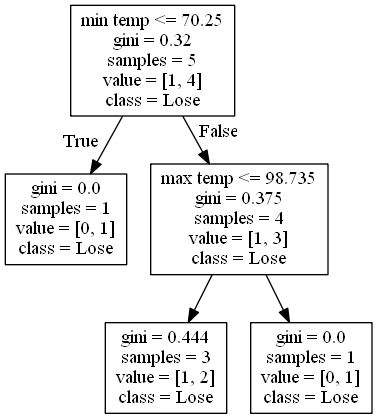
Before: DecisionTrees/Pac-12decision_tree_no_score_or_attendance13.png, a diagram exported from Graphviz (alexana-steck/CSE482Project). Its source is kept beside it as DecisionTrees/Pac-12decision_tree_no_score_or_attendance13.dot. Source of this version:
```dot
digraph Tree {
node [shape=box] ;
0 [label="min temp <= 70.25\ngini = 0.32\nsamples = 5\nvalue = [1, 4]\nclass = Lose"] ;
1 [label="gini = 0.0\nsamples = 1\nvalue = [0, 1]\nclass = Lose"] ;
0 -> 1 [labeldistance=2.5, labelangle=45, headlabel="True"] ;
2 [label="max temp <= 98.735\ngini = 0.375\nsamples = 4\nvalue = [1, 3]\nclass = Lose"] ;
0 -> 2 [labeldistance=2.5, labelangle=-45, headlabel="False"] ;
3 [label="gini = 0.444\nsamples = 3\nvalue = [1, 2]\nclass = Lose"] ;
2 -> 3 ;
4 [label="gini = 0.0\nsamples = 1\nvalue = [0, 1]\nclass = Lose"] ;
2 -> 4 ;
}
```
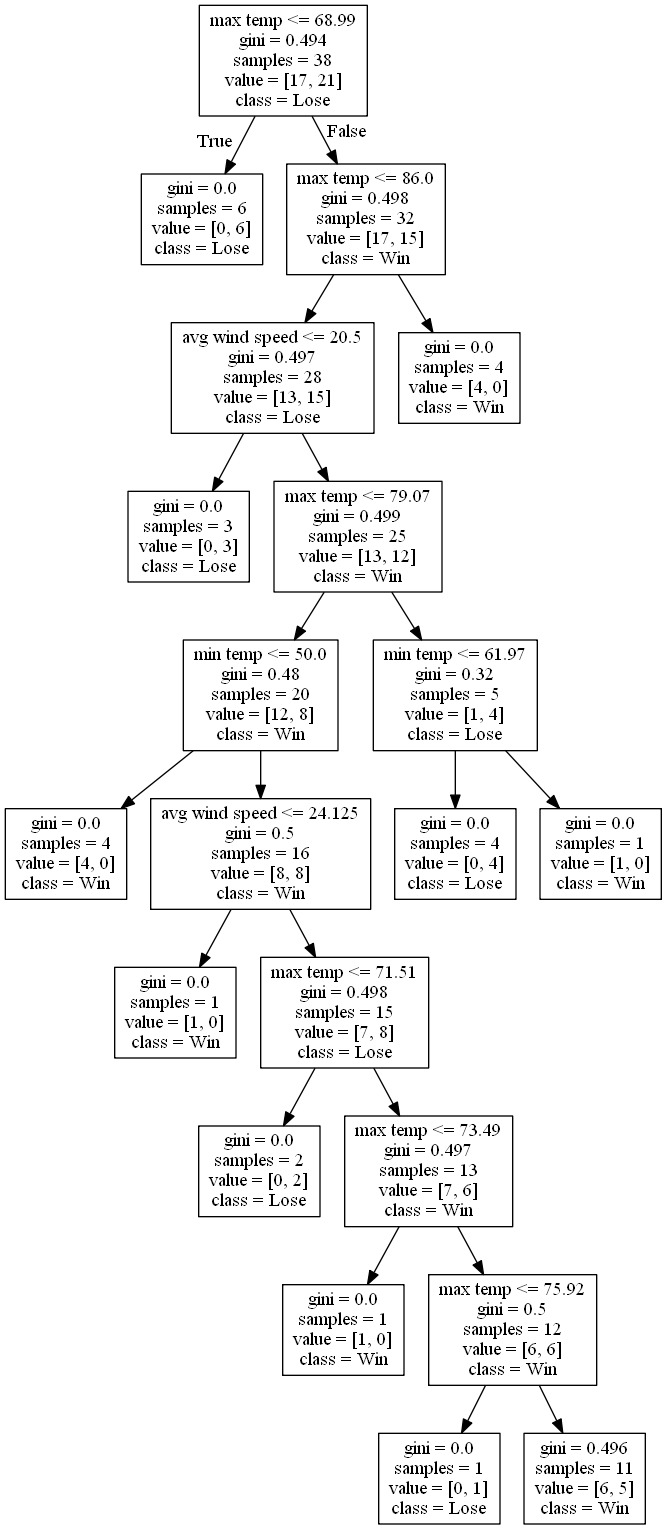
After the change.

The edit, as a diff of the source:
```diff
@@ -1,12 +1,44 @@
 digraph Tree {
 node [shape=box] ;
-0 [label="min temp <= 70.25\ngini = 0.32\nsamples = 5\nvalue = [1, 4]\nclass = Lose"] ;
-1 [label="gini = 0.0\nsamples = 1\nvalue = [0, 1]\nclass = Lose"] ;
+0 [label="max temp <= 68.99\ngini = 0.494\nsamples = 38\nvalue = [17, 21]\nclass = Lose"] ;
+1 [label="gini = 0.0\nsamples = 6\nvalue = [0, 6]\nclass = Lose"] ;
 0 -> 1 [labeldistance=2.5, labelangle=45, headlabel="True"] ;
-2 [label="max temp <= 98.735\ngini = 0.375\nsamples = 4\nvalue = [1, 3]\nclass = Lose"] ;
+2 [label="max temp <= 86.0\ngini = 0.498\nsamples = 32\nvalue = [17, 15]\nclass = Win"] ;
 0 -> 2 [labeldistance=2.5, labelangle=-45, headlabel="False"] ;
-3 [label="gini = 0.444\nsamples = 3\nvalue = [1, 2]\nclass = Lose"] ;
+3 [label="avg wind speed <= 20.5\ngini = 0.497\nsamples = 28\nvalue = [13, 15]\nclass = Lose"] ;
 2 -> 3 ;
-4 [label="gini = 0.0\nsamples = 1\nvalue = [0, 1]\nclass = Lose"] ;
-2 -> 4 ;
+4 [label="gini = 0.0\nsamples = 3\nvalue = [0, 3]\nclass = Lose"] ;
+3 -> 4 ;
+5 [label="max temp <= 79.07\ngini = 0.499\nsamples = 25\nvalue = [13, 12]\nclass = Win"] ;
+3 -> 5 ;
+6 [label="min temp <= 50.0\ngini = 0.48\nsamples = 20\nvalue = [12, 8]\nclass = Win"] ;
+5 -> 6 ;
+7 [label="gini = 0.0\nsamples = 4\nvalue = [4, 0]\nclass = Win"] ;
+6 -> 7 ;
+8 [label="avg wind speed <= 24.125\ngini = 0.5\nsamples = 16\nvalue = [8, 8]\nclass = Win"] ;
+6 -> 8 ;
+9 [label="gini = 0.0\nsamples = 1\nvalue = [1, 0]\nclass = Win"] ;
+8 -> 9 ;
+10 [label="max temp <= 71.51\ngini = 0.498\nsamples = 15\nvalue = [7, 8]\nclass = Lose"] ;
+8 -> 10 ;
+11 [label="gini = 0.0\nsamples = 2\nvalue = [0, 2]\nclass = Lose"] ;
+10 -> 11 ;
+12 [label="max temp <= 73.49\ngini = 0.497\nsamples = 13\nvalue = [7, 6]\nclass = Win"] ;
+10 -> 12 ;
+13 [label="gini = 0.0\nsamples = 1\nvalue = [1, 0]\nclass = Win"] ;
+12 -> 13 ;
+14 [label="max temp <= 75.92\ngini = 0.5\nsamples = 12\nvalue = [6, 6]\nclass = Win"] ;
+12 -> 14 ;
+15 [label="gini = 0.0\nsamples = 1\nvalue = [0, 1]\nclass = Lose"] ;
+14 -> 15 ;
+16 [label="gini = 0.496\nsamples = 11\nvalue = [6, 5]\nclass = Win"] ;
+14 -> 16 ;
+17 [label="min temp <= 61.97\ngini = 0.32\nsamples = 5\nvalue = [1, 4]\nclass = Lose"] ;
+5 -> 17 ;
+18 [label="gini = 0.0\nsamples = 4\nvalue = [0, 4]\nclass = Lose"] ;
+17 -> 18 ;
+19 [label="gini = 0.0\nsamples = 1\nvalue = [1, 0]\nclass = Win"] ;
+17 -> 19 ;
+20 [label="gini = 0.0\nsamples = 4\nvalue = [4, 0]\nclass = Win"] ;
+2 -> 20 ;
 }
```
